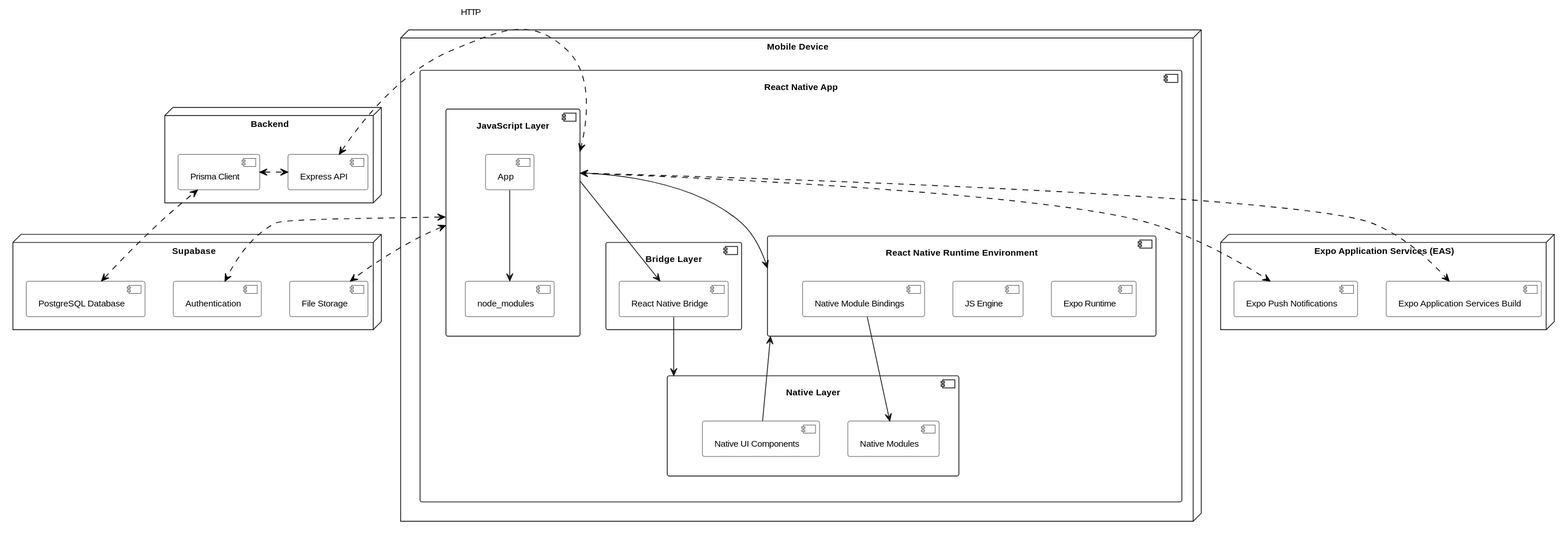
Above: Diseño/React Native/diagramas/architecture_design.svg in valeraruggierotesisucv/tesis-frameworks-mobile-diagrams (PlantUML), before the change. Its diagram source:
```plantuml
@startuml
skinparam ComponentBackgroundColor white
skinparam defaultTextAlignment center
skinparam defaultFontSize 11

node "Mobile Device" as mobileDevice {
    component "React Native App" as reactNativeApp {
         component "JavaScript Layer" as jsLayer {
            component "App" as app
            component "node_modules" as nodeModules
        }

        component "Bridge Layer" as bridgeLayer {
            component "React Native Bridge" as bridge
        }

        component "Native Layer" as nativeLayer {
            component "Native Modules" as nativeModules
            component "Native UI Components" as nativeComponents
        }

         component "React Native Runtime Environment" as runtime {
            component "Expo Runtime" as expoRuntime
            component "JS Engine" as jsEngine
            component "Native Module Bindings" as moduleBindings
        }

        jsLayer --> bridge
        bridge --> nativeLayer
        jsLayer --> runtime
        app --> nodeModules
        moduleBindings --> nativeModules
        nativeComponents --> runtime
    }

}

node "Backend" as backend {
    component "Express API" as expressAPI
    component "Prisma Client" as prismaClient
}

node "Supabase" as supabase {
    component "Authentication" as auth
    component "File Storage" as fileStorage
    component "PostgreSQL Database" as postgresDB
}

node "Expo Application Services (EAS)" as expoServices {
    component "Expo Push Notifications" as expoPushNotifications
    component "Expo Application Services Build" as expoApplicationServicesBuild
}

jsLayer <..[#000000]l..> expressAPI : <font color=000000>HTTP</font>
prismaClient <.[#000000]u.> postgresDB
jsLayer <.[#000000]d.> fileStorage
jsLayer <.[#000000]d.> auth

expressAPI <.[#000000]l.> prismaClient
jsLayer <.[#000000]d.> expoPushNotifications
jsLayer <.[#000000]d.> expoApplicationServicesBuild
@enduml
```
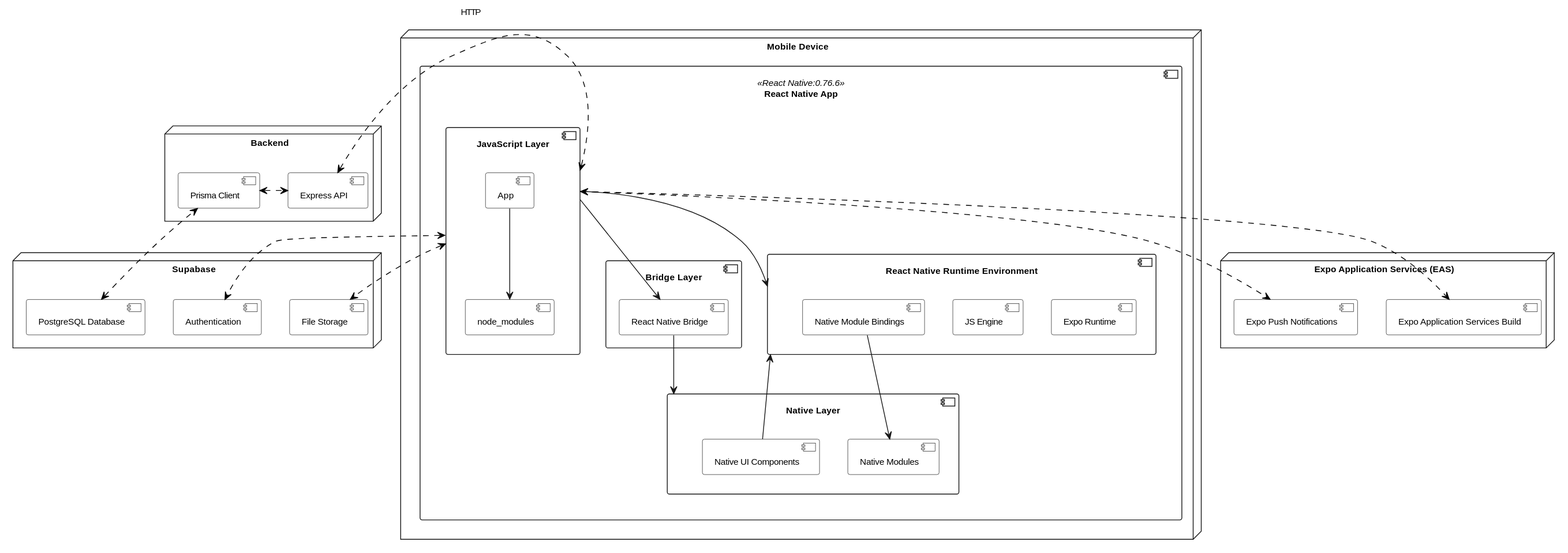
Above is the later version.

Change to the diagram source:
```diff
@@ -4,7 +4,7 @@
 skinparam defaultFontSize 11
 
 node "Mobile Device" as mobileDevice {
-    component "React Native App" as reactNativeApp {
+    component "React Native App" as reactNativeApp <<React Native:0.76.6>> {
          component "JavaScript Layer" as jsLayer {
             component "App" as app
             component "node_modules" as nodeModules
```
